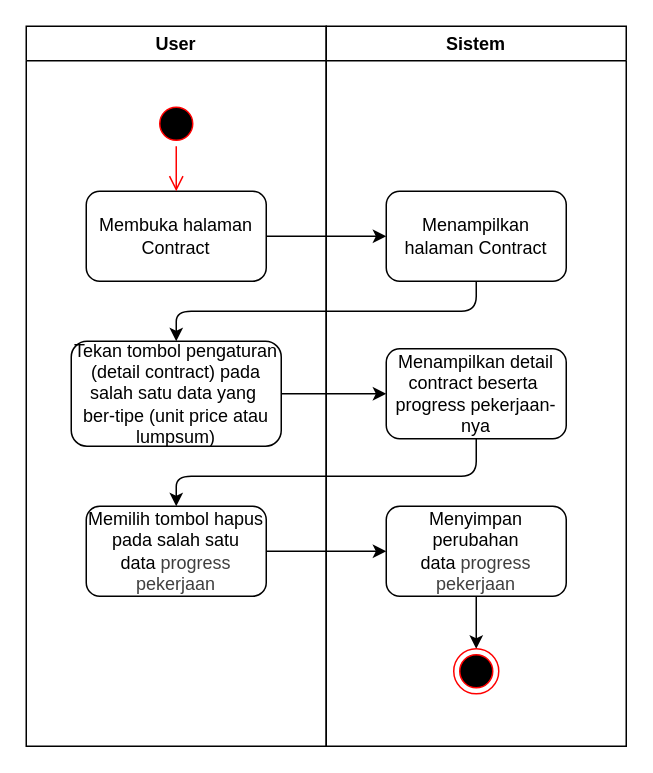
This is contract/hapusprogresspekerjaan.drawio from rismanrhz/idms, a draw.io file, before an edit. Source tidied: cells renumbered, new cells numbered last; positions are measured from the earlier drawing's top-left corner, leaving out a move shared by most shapes. Both pictures are drawn from the tidied source at 150%, with x=0, y=0 at pixel (26, 26).
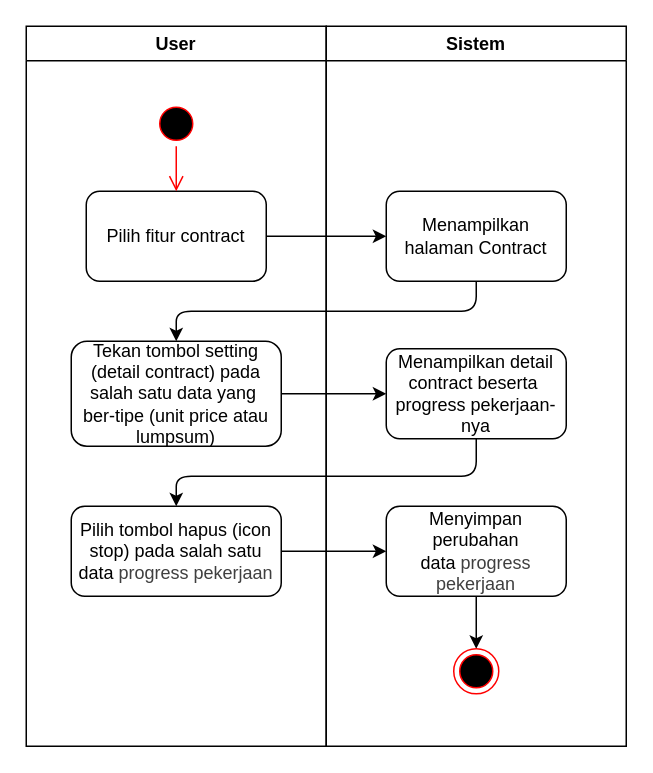
After the change.

Unchanged cells that the change refers to:
```xml
<mxCell id="2" value="User" style="swimlane;whiteSpace=wrap;html=1;" parent="1" vertex="1">
  <mxGeometry width="200" height="480" as="geometry" />
</mxCell>
```

Diff of the diagram source:
```diff
@@
-    <mxCell id="4" value="Membuka halaman Contract" style="rounded=1;whiteSpace=wrap;html=1;" parent="2" vertex="1">
+    <mxCell id="4" value="Pilih fitur contract" style="rounded=1;whiteSpace=wrap;html=1;" parent="2" vertex="1">
       <mxGeometry x="40" y="110" width="120" height="60" as="geometry" />
     </mxCell>
@@
-    <mxCell id="6" value="Tekan tombol pengaturan (detail contract) pada salah satu data yang&amp;nbsp;&lt;div&gt;ber-tipe (unit price atau lumpsum)&lt;/div&gt;" style="rounded=1;whiteSpace=wrap;html=1;" parent="2" vertex="1">
+    <mxCell id="6" value="Tekan tombol setting (detail contract) pada salah satu data yang&amp;nbsp;&lt;div&gt;ber-tipe (unit price atau lumpsum)&lt;/div&gt;" style="rounded=1;whiteSpace=wrap;html=1;" parent="2" vertex="1">
       <mxGeometry x="30" y="210" width="140" height="70" as="geometry" />
     </mxCell>
-    <mxCell id="7" value="Memilih tombol hapus pada salah satu data&amp;nbsp;&lt;span style=&quot;color: rgb(63, 63, 63);&quot;&gt;progress pekerjaan&lt;/span&gt;" style="rounded=1;whiteSpace=wrap;html=1;" parent="2" vertex="1">
-      <mxGeometry x="40" y="320" width="120" height="60" as="geometry" />
+    <mxCell id="7" value="Pilih tombol hapus (icon stop) pada salah satu data&amp;nbsp;&lt;span style=&quot;color: rgb(63, 63, 63);&quot;&gt;progress pekerjaan&lt;/span&gt;" style="rounded=1;whiteSpace=wrap;html=1;" parent="2" vertex="1">
+      <mxGeometry x="30" y="320" width="140" height="60" as="geometry" />
     </mxCell>
```
